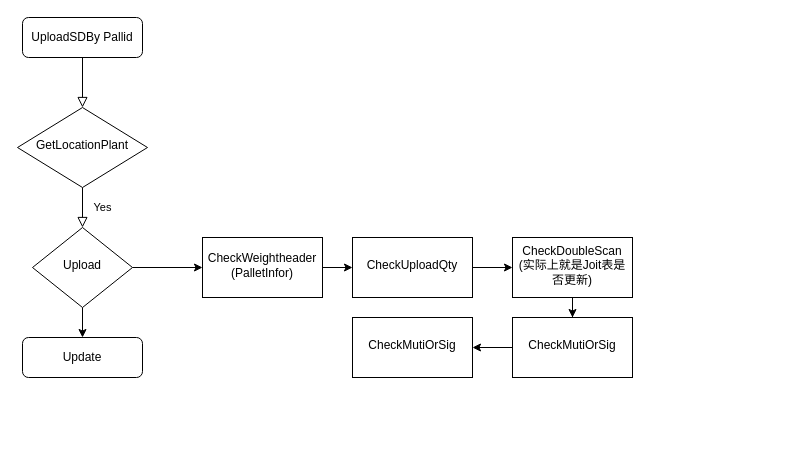
The draw.io diagram 未命名绘图.drawio in JoeyHangg/Picture, before the edit. Source tidied: cells renumbered, new cells numbered last; positions are measured from the earlier drawing's top-left corner, leaving out a move shared by most shapes. Both pictures are drawn from the tidied source at 100%, with x=0, y=0 at pixel (17, 17).
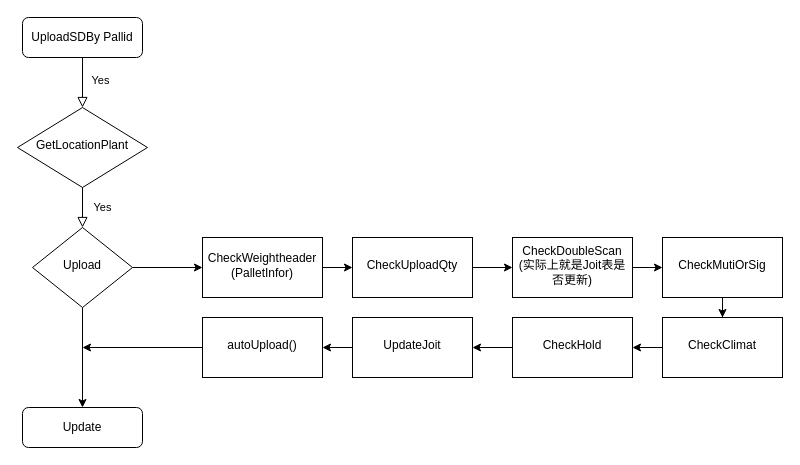
The same diagram, later.

Commit message:
更新未命名绘图.drawio

The change refers to these unchanged cells:
```xml
<mxCell id="2" style="rounded=0;html=1;jettySize=auto;fontSize=11;endArrow=block;endFill=0;endSize=8;strokeWidth=1;shadow=0;labelBackgroundColor=none;edgeStyle=orthogonalEdgeStyle;" parent="1" edge="1" source="3" target="5">
  <mxGeometry relative="1" as="geometry" />
</mxCell>
```

Diff of the diagram source:
```diff
@@
+    <mxCell id="19" value="Yes" style="edgeLabel;html=1;align=center;verticalAlign=middle;" parent="2" vertex="1">
+      <mxGeometry x="-0.04" y="1" relative="1" as="geometry">
+        <mxPoint x="16" y="-2" as="offset" />
+      </mxGeometry>
+    </mxCell>
@@
     <mxCell id="9" value="Update" style="rounded=1;whiteSpace=wrap;html=1;fontSize=12;glass=0;strokeWidth=1;shadow=0;" parent="1" vertex="1">
-      <mxGeometry x="5" y="320" width="120" height="40" as="geometry" />
+      <mxGeometry x="5" y="390" width="120" height="40" as="geometry" />
     </mxCell>
@@
     <mxCell id="17" value="CheckMutiOrSig" style="whiteSpace=wrap;html=1;shadow=0;strokeWidth=1;spacing=6;spacingTop=-4;" parent="1" vertex="1">
-      <mxGeometry x="495" y="300" width="120" height="60" as="geometry" />
+      <mxGeometry x="645" y="220" width="120" height="60" as="geometry" />
     </mxCell>
+    <mxCell id="20" style="edgeStyle=orthogonalEdgeStyle;rounded=0;jettySize=auto;html=1;" parent="1" edge="1" source="18" target="22">
+      <mxGeometry relative="1" as="geometry" />
+    </mxCell>
-    <mxCell id="18" value="CheckMutiOrSig" style="whiteSpace=wrap;html=1;shadow=0;strokeWidth=1;spacing=6;spacingTop=-4;" parent="1" vertex="1">
-      <mxGeometry x="335" y="300" width="120" height="60" as="geometry" />
+    <mxCell id="18" value="CheckClimat" style="whiteSpace=wrap;html=1;shadow=0;strokeWidth=1;spacing=6;spacingTop=-4;" parent="1" vertex="1">
+      <mxGeometry x="645" y="300" width="120" height="60" as="geometry" />
     </mxCell>
+    <mxCell id="21" style="edgeStyle=orthogonalEdgeStyle;rounded=0;jettySize=auto;html=1;" parent="1" edge="1" source="22" target="24">
+      <mxGeometry relative="1" as="geometry" />
+    </mxCell>
+    <mxCell id="22" value="CheckHold" style="whiteSpace=wrap;html=1;shadow=0;strokeWidth=1;spacing=6;spacingTop=-4;" parent="1" vertex="1">
+      <mxGeometry x="495" y="300" width="120" height="60" as="geometry" />
+    </mxCell>
+    <mxCell id="23" style="edgeStyle=orthogonalEdgeStyle;rounded=0;jettySize=auto;html=1;" parent="1" edge="1" source="24" target="25">
+      <mxGeometry relative="1" as="geometry" />
+    </mxCell>
+    <mxCell id="24" value="UpdateJoit" style="whiteSpace=wrap;html=1;shadow=0;strokeWidth=1;spacing=6;spacingTop=-4;" parent="1" vertex="1">
+      <mxGeometry x="335" y="300" width="120" height="60" as="geometry" />
+    </mxCell>
+    <mxCell id="25" value="autoUpload()" style="whiteSpace=wrap;html=1;shadow=0;strokeWidth=1;spacing=6;spacingTop=-4;" parent="1" vertex="1">
+      <mxGeometry x="185" y="300" width="120" height="60" as="geometry" />
+    </mxCell>
+    <mxCell id="26" style="endArrow=classic;html=1;rounded=0;exitX=0;exitY=0.5;exitDx=0;exitDy=0;" parent="1" edge="1" source="25">
+      <mxGeometry relative="1" as="geometry">
+        <mxPoint x="65" y="330" as="targetPoint" />
+      </mxGeometry>
+    </mxCell>
```
